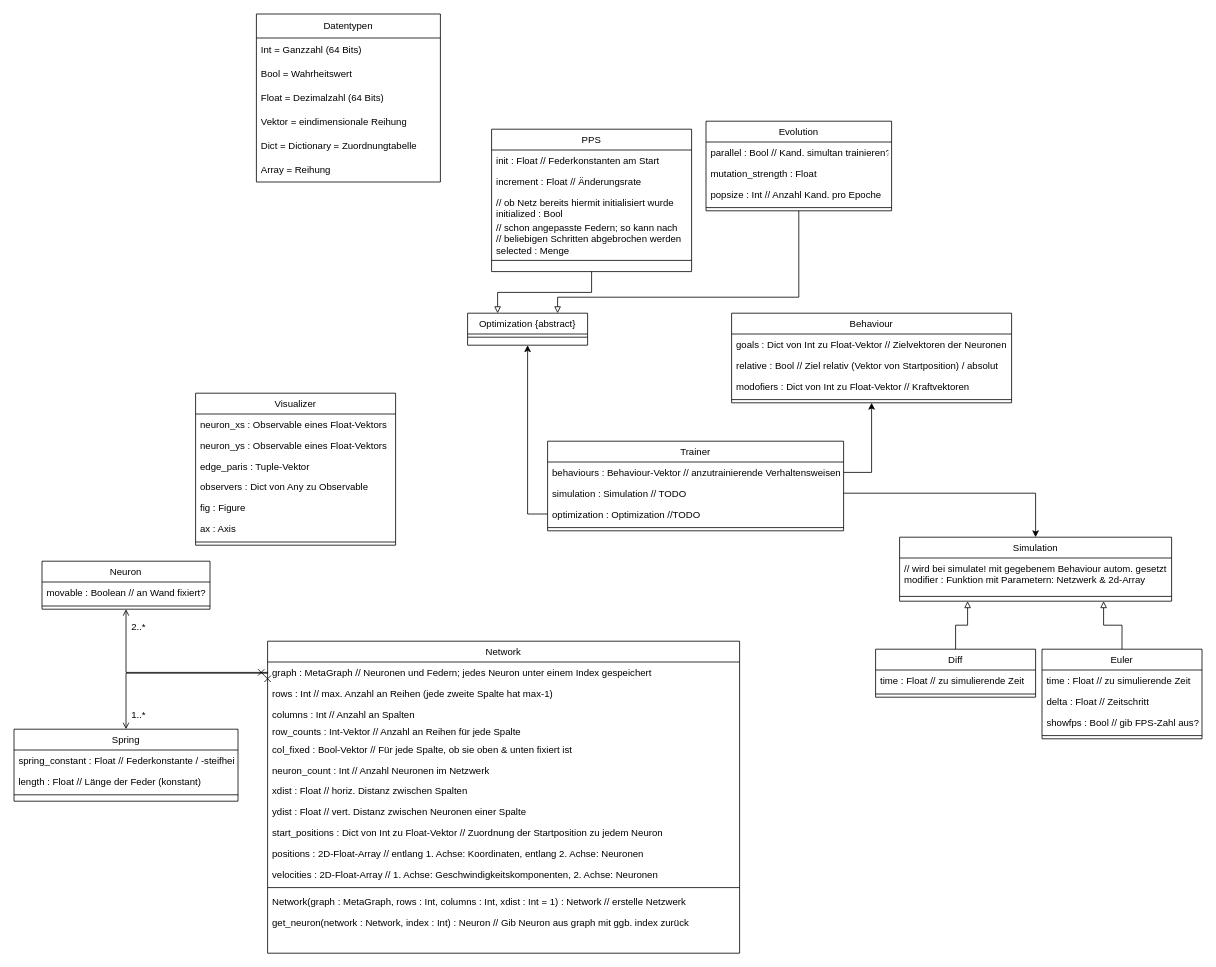
This is page "Page-2" (2 of 2) of projektskizze/bilder/Unbenanntes Diagramm.drawio from Alexander-Reimer/Simulation-of-MNNs, a draw.io file, before an edit. Source tidied: cells renumbered, new cells numbered last; positions are measured from the earlier drawing's top-left corner, leaving out a move shared by most shapes. Both pictures are drawn from the tidied source at 80%, with x=0, y=0 at pixel (14, 14).
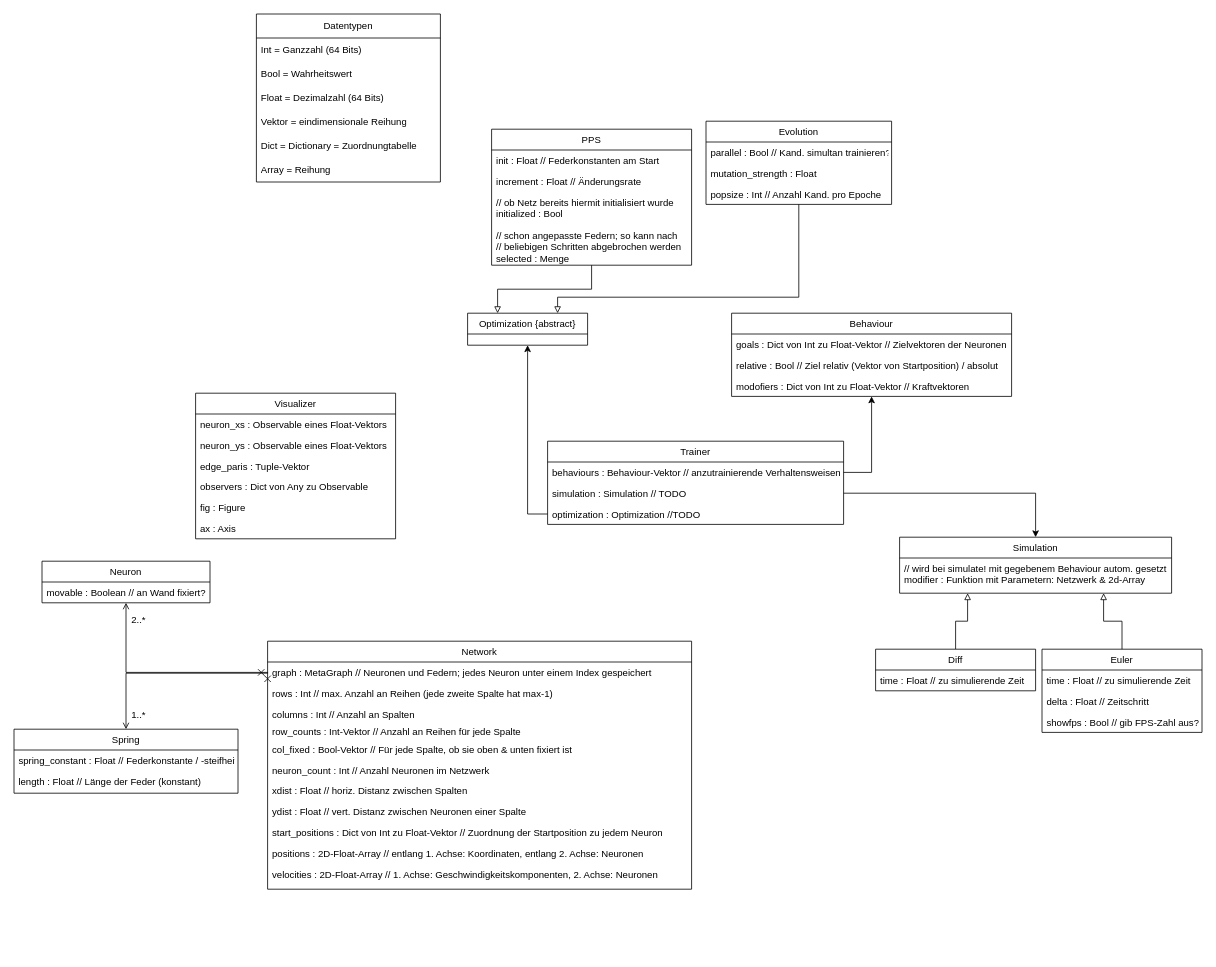
The same diagram, later.

The change refers to these unchanged cells:
```xml
<mxCell id="62" value="Optimization {abstract}&#10;" style="swimlane;fontStyle=0;align=center;verticalAlign=top;horizontal=1;startSize=26;rounded=0;shadow=0;strokeWidth=1;" parent="1" vertex="1">
  <mxGeometry x="567" y="374" width="150" height="40" as="geometry" />
</mxCell>
```

The edit, as a diff of the source:
```diff
@@
     <mxCell id="2" value="Network" style="swimlane;fontStyle=0;align=center;verticalAlign=top;horizontal=1;startSize=26;rounded=0;shadow=0;strokeWidth=1;" parent="1" vertex="1">
-      <mxGeometry x="317" y="784" width="590" height="390" as="geometry" />
+      <mxGeometry x="317" y="784" width="530" height="310" as="geometry" />
     </mxCell>
     <mxCell id="3" value="graph : MetaGraph // Neuronen und Federn; jedes Neuron unter einem Index gespeichert" style="text;align=left;verticalAlign=top;spacingLeft=4;spacingRight=4;overflow=hidden;points=[[0,0.5],[1,0.5]];portConstraint=eastwest;" parent="2" vertex="1">
-      <mxGeometry y="26" width="590" height="26" as="geometry" />
+      <mxGeometry y="26" width="530" height="26" as="geometry" />
     </mxCell>
     <mxCell id="4" value="rows : Int // max. Anzahl an Reihen (jede zweite Spalte hat max-1)" style="text;align=left;verticalAlign=top;spacingLeft=4;spacingRight=4;overflow=hidden;rounded=0;shadow=0;html=0;" parent="2" vertex="1">
-      <mxGeometry y="52" width="590" height="26" as="geometry" />
+      <mxGeometry y="52" width="530" height="26" as="geometry" />
     </mxCell>
     <mxCell id="5" value="columns : Int // Anzahl an Spalten" style="text;align=left;verticalAlign=top;spacingLeft=4;spacingRight=4;overflow=hidden;rounded=0;shadow=0;html=0;" parent="2" vertex="1">
-      <mxGeometry y="78" width="590" height="22" as="geometry" />
+      <mxGeometry y="78" width="530" height="22" as="geometry" />
     </mxCell>
     <mxCell id="6" value="row_counts : Int-Vektor // Anzahl an Reihen für jede Spalte" style="text;align=left;verticalAlign=top;spacingLeft=4;spacingRight=4;overflow=hidden;rounded=0;shadow=0;html=0;" parent="2" vertex="1">
-      <mxGeometry y="100" width="590" height="22" as="geometry" />
+      <mxGeometry y="100" width="530" height="22" as="geometry" />
     </mxCell>
     <mxCell id="7" value="col_fixed : Bool-Vektor // Für jede Spalte, ob sie oben &amp; unten fixiert ist" style="text;align=left;verticalAlign=top;spacingLeft=4;spacingRight=4;overflow=hidden;rounded=0;shadow=0;html=0;" parent="2" vertex="1">
-      <mxGeometry y="122" width="590" height="26" as="geometry" />
+      <mxGeometry y="122" width="530" height="26" as="geometry" />
     </mxCell>
     <mxCell id="8" value="neuron_count : Int // Anzahl Neuronen im Netzwerk" style="text;align=left;verticalAlign=top;spacingLeft=4;spacingRight=4;overflow=hidden;rounded=0;shadow=0;html=0;" parent="2" vertex="1">
-      <mxGeometry y="148" width="590" height="26" as="geometry" />
+      <mxGeometry y="148" width="530" height="26" as="geometry" />
     </mxCell>
     <mxCell id="9" value="xdist : Float // horiz. Distanz zwischen Spalten" style="text;align=left;verticalAlign=top;spacingLeft=4;spacingRight=4;overflow=hidden;rounded=0;shadow=0;html=0;" parent="2" vertex="1">
-      <mxGeometry y="174" width="590" height="26" as="geometry" />
+      <mxGeometry y="174" width="530" height="26" as="geometry" />
     </mxCell>
     <mxCell id="10" value="ydist : Float // vert. Distanz zwischen Neuronen einer Spalte" style="text;align=left;verticalAlign=top;spacingLeft=4;spacingRight=4;overflow=hidden;rounded=0;shadow=0;html=0;" parent="2" vertex="1">
-      <mxGeometry y="200" width="590" height="26" as="geometry" />
+      <mxGeometry y="200" width="530" height="26" as="geometry" />
     </mxCell>
     <mxCell id="11" value="start_positions : Dict von Int zu Float-Vektor // Zuordnung der Startposition zu jedem Neuron" style="text;align=left;verticalAlign=top;spacingLeft=4;spacingRight=4;overflow=hidden;rounded=0;shadow=0;html=0;" parent="2" vertex="1">
-      <mxGeometry y="226" width="590" height="26" as="geometry" />
+      <mxGeometry y="226" width="530" height="26" as="geometry" />
     </mxCell>
     <mxCell id="12" value="positions : 2D-Float-Array // entlang 1. Achse: Koordinaten, entlang 2. Achse: Neuronen" style="text;align=left;verticalAlign=top;spacingLeft=4;spacingRight=4;overflow=hidden;rounded=0;shadow=0;html=0;" parent="2" vertex="1">
-      <mxGeometry y="252" width="590" height="26" as="geometry" />
+      <mxGeometry y="252" width="530" height="26" as="geometry" />
     </mxCell>
     <mxCell id="13" value="velocities : 2D-Float-Array // 1. Achse: Geschwindigkeitskomponenten, 2. Achse: Neuronen" style="text;align=left;verticalAlign=top;spacingLeft=4;spacingRight=4;overflow=hidden;rounded=0;shadow=0;html=0;" parent="2" vertex="1">
-      <mxGeometry y="278" width="590" height="26" as="geometry" />
+      <mxGeometry y="278" width="530" height="26" as="geometry" />
     </mxCell>
-    <mxCell id="14" style="line;html=1;strokeWidth=1;align=left;verticalAlign=middle;spacingTop=-1;spacingLeft=3;spacingRight=3;labelPosition=right;" parent="2" vertex="1">
-      <mxGeometry y="304" width="590" height="8" as="geometry" />
-    </mxCell>
-    <mxCell id="15" value="Network(graph : MetaGraph, rows : Int, columns : Int, xdist : Int = 1) : Network // erstelle Netzwerk" style="text;align=left;verticalAlign=top;spacingLeft=4;spacingRight=4;overflow=hidden;" parent="2" vertex="1">
-      <mxGeometry y="312" width="590" height="26" as="geometry" />
-    </mxCell>
-    <mxCell id="16" value="get_neuron(network : Network, index : Int) : Neuron // Gib Neuron aus graph mit ggb. index zurück" style="text;align=left;verticalAlign=top;spacingLeft=4;spacingRight=4;overflow=hidden;" parent="2" vertex="1">
-      <mxGeometry y="338" width="590" height="26" as="geometry" />
-    </mxCell>
     <mxCell id="17" value="Neuron" style="swimlane;fontStyle=0;align=center;verticalAlign=top;horizontal=1;startSize=26;rounded=0;shadow=0;strokeWidth=1;" parent="1" vertex="1">
-      <mxGeometry x="35" y="684" width="210" height="60" as="geometry" />
+      <mxGeometry x="35" y="684" width="210" height="52" as="geometry" />
     </mxCell>
@@
-    <mxCell id="19" style="line;html=1;strokeWidth=1;align=left;verticalAlign=middle;spacingTop=-1;spacingLeft=3;spacingRight=3;labelPosition=right;" parent="17" vertex="1">
-      <mxGeometry y="52" width="210" height="8" as="geometry" />
-    </mxCell>
@@
     <mxCell id="23" value="Spring" style="swimlane;fontStyle=0;align=center;verticalAlign=top;horizontal=1;startSize=26;rounded=0;shadow=0;strokeWidth=1;" parent="1" vertex="1">
-      <mxGeometry y="894" width="280" height="90" as="geometry" />
+      <mxGeometry y="894" width="280" height="80" as="geometry" />
     </mxCell>
@@
-    <mxCell id="26" style="line;html=1;strokeWidth=1;align=left;verticalAlign=middle;spacingTop=-1;spacingLeft=3;spacingRight=3;labelPosition=right;" parent="23" vertex="1">
-      <mxGeometry y="78" width="280" height="8" as="geometry" />
-    </mxCell>
@@
     <mxCell id="37" value="Behaviour" style="swimlane;fontStyle=0;align=center;verticalAlign=top;horizontal=1;startSize=26;rounded=0;shadow=0;strokeWidth=1;" parent="1" vertex="1">
-      <mxGeometry x="897" y="374" width="350" height="112" as="geometry" />
+      <mxGeometry x="897" y="374" width="350" height="104" as="geometry" />
     </mxCell>
@@
-    <mxCell id="41" style="line;html=1;strokeWidth=1;align=left;verticalAlign=middle;spacingTop=-1;spacingLeft=3;spacingRight=3;labelPosition=right;" parent="37" vertex="1">
-      <mxGeometry y="104" width="350" height="8" as="geometry" />
-    </mxCell>
     <mxCell id="42" value="Trainer" style="swimlane;fontStyle=0;align=center;verticalAlign=top;horizontal=1;startSize=26;rounded=0;shadow=0;strokeWidth=1;" parent="1" vertex="1">
-      <mxGeometry x="667" y="534" width="370" height="112" as="geometry" />
+      <mxGeometry x="667" y="534" width="370" height="104" as="geometry" />
     </mxCell>
@@
-    <mxCell id="46" style="line;html=1;strokeWidth=1;align=left;verticalAlign=middle;spacingTop=-1;spacingLeft=3;spacingRight=3;labelPosition=right;" parent="42" vertex="1">
-      <mxGeometry y="104" width="370" height="8" as="geometry" />
-    </mxCell>
@@
     <mxCell id="48" value="Simulation" style="swimlane;fontStyle=0;align=center;verticalAlign=top;horizontal=1;startSize=26;rounded=0;shadow=0;strokeWidth=1;" parent="1" vertex="1">
-      <mxGeometry x="1107" y="654" width="340" height="80" as="geometry" />
+      <mxGeometry x="1107" y="654" width="340" height="70" as="geometry" />
     </mxCell>
     <mxCell id="49" value="// wird bei simulate! mit gegebenem Behaviour autom. gesetzt&#10;modifier : Funktion mit Parametern: Netzwerk &amp; 2d-Array " style="text;align=left;verticalAlign=top;spacingLeft=4;spacingRight=4;overflow=hidden;" parent="48" vertex="1">
-      <mxGeometry y="26" width="340" height="44" as="geometry" />
+      <mxGeometry y="26" width="340" height="34" as="geometry" />
     </mxCell>
-    <mxCell id="50" style="line;html=1;strokeWidth=1;align=left;verticalAlign=middle;spacingTop=-1;spacingLeft=3;spacingRight=3;labelPosition=right;" parent="48" vertex="1">
-      <mxGeometry y="70" width="340" height="8" as="geometry" />
-    </mxCell>
@@
     <mxCell id="52" value="Diff" style="swimlane;fontStyle=0;align=center;verticalAlign=top;horizontal=1;startSize=26;rounded=0;shadow=0;strokeWidth=1;" parent="1" vertex="1">
-      <mxGeometry x="1077" y="794" width="200" height="60" as="geometry" />
+      <mxGeometry x="1077" y="794" width="200" height="52" as="geometry" />
     </mxCell>
@@
-    <mxCell id="54" style="line;html=1;strokeWidth=1;align=left;verticalAlign=middle;spacingTop=-1;spacingLeft=3;spacingRight=3;labelPosition=right;" parent="52" vertex="1">
-      <mxGeometry y="52" width="200" height="8" as="geometry" />
-    </mxCell>
     <mxCell id="55" value="Euler" style="swimlane;fontStyle=0;align=center;verticalAlign=top;horizontal=1;startSize=26;rounded=0;shadow=0;strokeWidth=1;" parent="1" vertex="1">
-      <mxGeometry x="1285" y="794" width="200" height="112" as="geometry" />
+      <mxGeometry x="1285" y="794" width="200" height="104" as="geometry" />
     </mxCell>
@@
-    <mxCell id="59" style="line;html=1;strokeWidth=1;align=left;verticalAlign=middle;spacingTop=-1;spacingLeft=3;spacingRight=3;labelPosition=right;" parent="55" vertex="1">
-      <mxGeometry y="104" width="200" height="8" as="geometry" />
-    </mxCell>
@@
-    <mxCell id="63" style="line;html=1;strokeWidth=1;align=left;verticalAlign=middle;spacingTop=-1;spacingLeft=3;spacingRight=3;labelPosition=right;" parent="62" vertex="1">
-      <mxGeometry y="26" width="150" height="8" as="geometry" />
-    </mxCell>
@@
     <mxCell id="65" value="PPS" style="swimlane;fontStyle=0;align=center;verticalAlign=top;horizontal=1;startSize=26;rounded=0;shadow=0;strokeWidth=1;" parent="1" vertex="1">
-      <mxGeometry x="597" y="144" width="250" height="178" as="geometry" />
+      <mxGeometry x="597" y="144" width="250" height="170" as="geometry" />
     </mxCell>
@@
     <mxCell id="68" value="// ob Netz bereits hiermit initialisiert wurde&#10;initialized : Bool " style="text;align=left;verticalAlign=top;spacingLeft=4;spacingRight=4;overflow=hidden;" parent="65" vertex="1">
-      <mxGeometry y="78" width="250" height="32" as="geometry" />
+      <mxGeometry y="78" width="250" height="42" as="geometry" />
     </mxCell>
     <mxCell id="69" value=" // schon angepasste Federn; so kann nach&#10;// beliebigen Schritten abgebrochen werden&#10;selected : Menge" style="text;align=left;verticalAlign=top;spacingLeft=4;spacingRight=4;overflow=hidden;" parent="65" vertex="1">
-      <mxGeometry y="110" width="250" height="50" as="geometry" />
+      <mxGeometry y="120" width="250" height="50" as="geometry" />
     </mxCell>
-    <mxCell id="70" style="line;html=1;strokeWidth=1;align=left;verticalAlign=middle;spacingTop=-1;spacingLeft=3;spacingRight=3;labelPosition=right;" parent="65" vertex="1">
-      <mxGeometry y="160" width="250" height="8" as="geometry" />
-    </mxCell>
     <mxCell id="71" value="Evolution" style="swimlane;fontStyle=0;align=center;verticalAlign=top;horizontal=1;startSize=26;rounded=0;shadow=0;strokeWidth=1;" parent="1" vertex="1">
-      <mxGeometry x="865" y="134" width="232" height="112" as="geometry" />
+      <mxGeometry x="865" y="134" width="232" height="104" as="geometry" />
     </mxCell>
@@
-    <mxCell id="75" style="line;html=1;strokeWidth=1;align=left;verticalAlign=middle;spacingTop=-1;spacingLeft=3;spacingRight=3;labelPosition=right;" parent="71" vertex="1">
-      <mxGeometry y="104" width="232" height="8" as="geometry" />
-    </mxCell>
@@
     <mxCell id="78" value="Visualizer" style="swimlane;fontStyle=0;align=center;verticalAlign=top;horizontal=1;startSize=26;rounded=0;shadow=0;strokeWidth=1;" parent="1" vertex="1">
-      <mxGeometry x="227" y="474" width="250" height="190" as="geometry" />
+      <mxGeometry x="227" y="474" width="250" height="182" as="geometry" />
     </mxCell>
@@
-    <mxCell id="85" style="line;html=1;strokeWidth=1;align=left;verticalAlign=middle;spacingTop=-1;spacingLeft=3;spacingRight=3;labelPosition=right;" parent="78" vertex="1">
-      <mxGeometry y="182" width="250" height="8" as="geometry" />
-    </mxCell>
```
